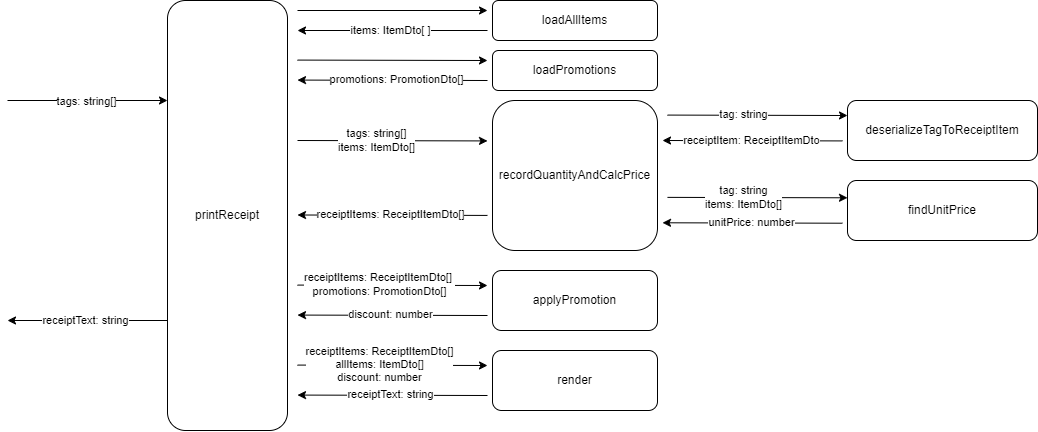
Earlier version of the draw.io export PosMachineDiagram.png (BGC-BootCamp-Team1/pos-machine). Source tidied: cells renumbered, new cells last; positions are measured from the earlier drawing's top-left corner, leaving out a move shared by most shapes. The source it was exported from:
```xml
<mxGraphModel>
  <root>
    <mxCell id="0" />
    <mxCell id="1" parent="0" />
    <mxCell id="2" value="printReceipt" style="rounded=1;whiteSpace=wrap;html=1;" parent="1" vertex="1">
      <mxGeometry x="160" width="120" height="430" as="geometry" />
    </mxCell>
    <mxCell id="3" value="recordQuantityAndCalcPrice" style="rounded=1;whiteSpace=wrap;html=1;" parent="1" vertex="1">
      <mxGeometry x="485" y="100" width="165" height="150" as="geometry" />
    </mxCell>
    <mxCell id="4" value="loadAllItems" style="rounded=1;whiteSpace=wrap;html=1;" parent="1" vertex="1">
      <mxGeometry x="485" width="165" height="40" as="geometry" />
    </mxCell>
    <mxCell id="5" value="loadPromotions" style="rounded=1;whiteSpace=wrap;html=1;" parent="1" vertex="1">
      <mxGeometry x="485" y="50" width="165" height="40" as="geometry" />
    </mxCell>
    <mxCell id="6" style="endArrow=classic;html=1;rounded=0;" parent="1" edge="1">
      <mxGeometry relative="1" as="geometry">
        <mxPoint x="290" y="140" as="sourcePoint" />
        <mxPoint x="480" y="140.4" as="targetPoint" />
      </mxGeometry>
    </mxCell>
    <mxCell id="7" value="tags: string[]&lt;div&gt;items: ItemDto[]&lt;/div&gt;" style="edgeLabel;html=1;align=center;verticalAlign=middle;" parent="6" vertex="1">
      <mxGeometry x="-0.17" y="1" relative="1" as="geometry" />
    </mxCell>
    <mxCell id="8" style="endArrow=classic;html=1;rounded=0;" parent="1" edge="1">
      <mxGeometry relative="1" as="geometry">
        <mxPoint x="480" y="214.9" as="sourcePoint" />
        <mxPoint x="290" y="214.5" as="targetPoint" />
      </mxGeometry>
    </mxCell>
    <mxCell id="9" value="receiptItems:&amp;nbsp;ReceiptItemDto[]" style="edgeLabel;html=1;align=center;verticalAlign=middle;" parent="8" vertex="1">
      <mxGeometry x="0.03" y="-1" relative="1" as="geometry" />
    </mxCell>
    <mxCell id="10" value="applyPromotion" style="rounded=1;whiteSpace=wrap;html=1;" parent="1" vertex="1">
      <mxGeometry x="485" y="270" width="165" height="60" as="geometry" />
    </mxCell>
    <mxCell id="11" style="endArrow=classic;html=1;rounded=0;" parent="1" edge="1">
      <mxGeometry relative="1" as="geometry">
        <mxPoint x="290" y="284.6" as="sourcePoint" />
        <mxPoint x="480" y="285" as="targetPoint" />
      </mxGeometry>
    </mxCell>
    <mxCell id="12" value="receiptItems: ReceiptItemDto[]&amp;nbsp;&lt;div&gt;promotions: PromotionDto[]&lt;/div&gt;" style="edgeLabel;html=1;align=center;verticalAlign=middle;" parent="11" vertex="1">
      <mxGeometry x="-0.17" y="1" relative="1" as="geometry">
        <mxPoint x="3" as="offset" />
      </mxGeometry>
    </mxCell>
    <mxCell id="13" style="endArrow=classic;html=1;rounded=0;" parent="1" edge="1">
      <mxGeometry relative="1" as="geometry">
        <mxPoint x="480" y="315" as="sourcePoint" />
        <mxPoint x="290" y="314.6" as="targetPoint" />
      </mxGeometry>
    </mxCell>
    <mxCell id="14" value="discount: number" style="edgeLabel;html=1;align=center;verticalAlign=middle;" parent="13" vertex="1">
      <mxGeometry x="0.03" y="-1" relative="1" as="geometry" />
    </mxCell>
    <mxCell id="15" value="render" style="rounded=1;whiteSpace=wrap;html=1;" parent="1" vertex="1">
      <mxGeometry x="485" y="350" width="165" height="60" as="geometry" />
    </mxCell>
    <mxCell id="16" style="endArrow=classic;html=1;rounded=0;" parent="1" edge="1">
      <mxGeometry relative="1" as="geometry">
        <mxPoint x="290" y="364.6" as="sourcePoint" />
        <mxPoint x="480" y="365" as="targetPoint" />
      </mxGeometry>
    </mxCell>
    <mxCell id="17" value="receiptItems: ReceiptItemDto[]&lt;div&gt;allItems: ItemDto[]&lt;/div&gt;&lt;div&gt;discount: number&lt;/div&gt;" style="edgeLabel;html=1;align=center;verticalAlign=middle;" parent="16" vertex="1">
      <mxGeometry x="-0.17" y="1" relative="1" as="geometry">
        <mxPoint x="3" as="offset" />
      </mxGeometry>
    </mxCell>
    <mxCell id="18" style="endArrow=classic;html=1;rounded=0;" parent="1" edge="1">
      <mxGeometry relative="1" as="geometry">
        <mxPoint x="480" y="395" as="sourcePoint" />
        <mxPoint x="290" y="394.6" as="targetPoint" />
      </mxGeometry>
    </mxCell>
    <mxCell id="19" value="receiptText: string" style="edgeLabel;html=1;align=center;verticalAlign=middle;" parent="18" vertex="1">
      <mxGeometry x="0.03" y="-1" relative="1" as="geometry" />
    </mxCell>
    <mxCell id="20" style="endArrow=classic;html=1;rounded=0;" parent="1" edge="1">
      <mxGeometry relative="1" as="geometry">
        <mxPoint x="290" y="10" as="sourcePoint" />
        <mxPoint x="480" y="10" as="targetPoint" />
      </mxGeometry>
    </mxCell>
    <mxCell id="21" style="endArrow=classic;html=1;rounded=0;" parent="1" edge="1">
      <mxGeometry relative="1" as="geometry">
        <mxPoint x="480" y="30" as="sourcePoint" />
        <mxPoint x="290" y="30" as="targetPoint" />
      </mxGeometry>
    </mxCell>
    <mxCell id="22" value="items: ItemDto[ ]" style="edgeLabel;html=1;align=center;verticalAlign=middle;" parent="21" vertex="1">
      <mxGeometry x="0.03" y="-1" relative="1" as="geometry" />
    </mxCell>
    <mxCell id="23" style="endArrow=classic;html=1;rounded=0;" parent="1" edge="1">
      <mxGeometry relative="1" as="geometry">
        <mxPoint x="290" y="59.6" as="sourcePoint" />
        <mxPoint x="480" y="60" as="targetPoint" />
      </mxGeometry>
    </mxCell>
    <mxCell id="24" style="endArrow=classic;html=1;rounded=0;" parent="1" edge="1">
      <mxGeometry relative="1" as="geometry">
        <mxPoint x="480" y="80" as="sourcePoint" />
        <mxPoint x="290" y="79.6" as="targetPoint" />
      </mxGeometry>
    </mxCell>
    <mxCell id="25" value="promotions: PromotionDto[]" style="edgeLabel;html=1;align=center;verticalAlign=middle;" parent="24" vertex="1">
      <mxGeometry x="0.03" y="-1" relative="1" as="geometry">
        <mxPoint x="6" as="offset" />
      </mxGeometry>
    </mxCell>
    <mxCell id="26" value="deserializeTagToReceiptItem" style="rounded=1;whiteSpace=wrap;html=1;" parent="1" vertex="1">
      <mxGeometry x="840" y="100" width="190" height="60" as="geometry" />
    </mxCell>
    <mxCell id="27" value="findUnitPrice" style="rounded=1;whiteSpace=wrap;html=1;" parent="1" vertex="1">
      <mxGeometry x="840" y="180" width="190" height="60" as="geometry" />
    </mxCell>
    <mxCell id="28" style="endArrow=classic;html=1;rounded=0;" parent="1" edge="1">
      <mxGeometry relative="1" as="geometry">
        <mxPoint x="660" y="114.6" as="sourcePoint" />
        <mxPoint x="840" y="115" as="targetPoint" />
      </mxGeometry>
    </mxCell>
    <mxCell id="29" value="tag: string" style="edgeLabel;html=1;align=center;verticalAlign=middle;" parent="28" vertex="1">
      <mxGeometry x="-0.17" y="1" relative="1" as="geometry" />
    </mxCell>
    <mxCell id="30" style="endArrow=classic;html=1;rounded=0;" parent="1" edge="1">
      <mxGeometry relative="1" as="geometry">
        <mxPoint x="835" y="140.4" as="sourcePoint" />
        <mxPoint x="655" y="140" as="targetPoint" />
      </mxGeometry>
    </mxCell>
    <mxCell id="31" value="receiptItem:&amp;nbsp;ReceiptItemDto" style="edgeLabel;html=1;align=center;verticalAlign=middle;" parent="30" vertex="1">
      <mxGeometry x="0.03" y="-1" relative="1" as="geometry" />
    </mxCell>
    <mxCell id="32" style="endArrow=classic;html=1;rounded=0;" parent="1" edge="1">
      <mxGeometry relative="1" as="geometry">
        <mxPoint x="660" y="196.9" as="sourcePoint" />
        <mxPoint x="840" y="197.3" as="targetPoint" />
      </mxGeometry>
    </mxCell>
    <mxCell id="33" value="tag: string&lt;div&gt;items: ItemDto[]&lt;/div&gt;" style="edgeLabel;html=1;align=center;verticalAlign=middle;" parent="32" vertex="1">
      <mxGeometry x="-0.17" y="1" relative="1" as="geometry" />
    </mxCell>
    <mxCell id="34" style="endArrow=classic;html=1;rounded=0;" parent="1" edge="1">
      <mxGeometry relative="1" as="geometry">
        <mxPoint x="835" y="222.7" as="sourcePoint" />
        <mxPoint x="655" y="222.3" as="targetPoint" />
      </mxGeometry>
    </mxCell>
    <mxCell id="35" value="unitPrice: number" style="edgeLabel;html=1;align=center;verticalAlign=middle;" parent="34" vertex="1">
      <mxGeometry x="0.03" y="-1" relative="1" as="geometry" />
    </mxCell>
    <mxCell id="36" style="endArrow=classic;html=1;rounded=0;" parent="1" edge="1">
      <mxGeometry relative="1" as="geometry">
        <mxPoint y="100" as="sourcePoint" />
        <mxPoint x="160" y="100" as="targetPoint" />
      </mxGeometry>
    </mxCell>
    <mxCell id="37" value="tags: string[]" style="edgeLabel;html=1;align=center;verticalAlign=middle;" parent="36" vertex="1">
      <mxGeometry x="-0.02" y="-2" relative="1" as="geometry">
        <mxPoint y="-2" as="offset" />
      </mxGeometry>
    </mxCell>
    <mxCell id="38" style="endArrow=classic;html=1;rounded=0;" parent="1" edge="1">
      <mxGeometry relative="1" as="geometry">
        <mxPoint x="160" y="320" as="sourcePoint" />
        <mxPoint y="320" as="targetPoint" />
      </mxGeometry>
    </mxCell>
    <mxCell id="39" value="receiptText: string" style="edgeLabel;html=1;align=center;verticalAlign=middle;" parent="38" vertex="1">
      <mxGeometry x="0.03" y="-1" relative="1" as="geometry" />
    </mxCell>
  </root>
</mxGraphModel>
```
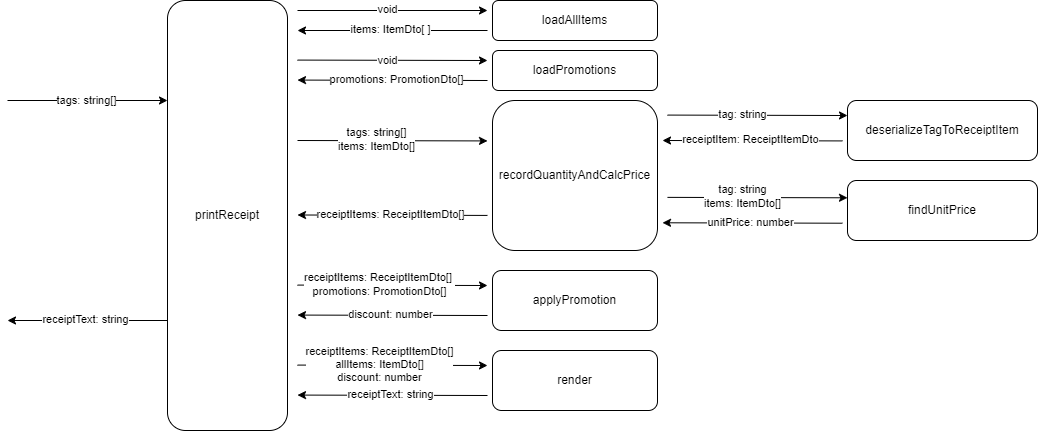
After the change.

Commit message:
refactor: revise diagram

Diff of the diagram source:
```diff
@@ -84,6 +84,11 @@
         <mxPoint x="480" y="10" as="targetPoint" />
       </mxGeometry>
     </mxCell>
+    <mxCell id="40" value="void" style="edgeLabel;html=1;align=center;verticalAlign=middle;" parent="20" vertex="1">
+      <mxGeometry x="-0.09" y="1" relative="1" as="geometry">
+        <mxPoint x="3" as="offset" />
+      </mxGeometry>
+    </mxCell>
     <mxCell id="21" style="endArrow=classic;html=1;rounded=0;" parent="1" edge="1">
       <mxGeometry relative="1" as="geometry">
         <mxPoint x="480" y="30" as="sourcePoint" />
@@ -99,6 +104,11 @@
         <mxPoint x="480" y="60" as="targetPoint" />
       </mxGeometry>
     </mxCell>
+    <mxCell id="41" value="void" style="edgeLabel;html=1;align=center;verticalAlign=middle;" parent="23" vertex="1">
+      <mxGeometry x="-0.09" y="-3" relative="1" as="geometry">
+        <mxPoint x="3" y="-3" as="offset" />
+      </mxGeometry>
+    </mxCell>
     <mxCell id="24" style="endArrow=classic;html=1;rounded=0;" parent="1" edge="1">
       <mxGeometry relative="1" as="geometry">
         <mxPoint x="480" y="80" as="sourcePoint" />
```
